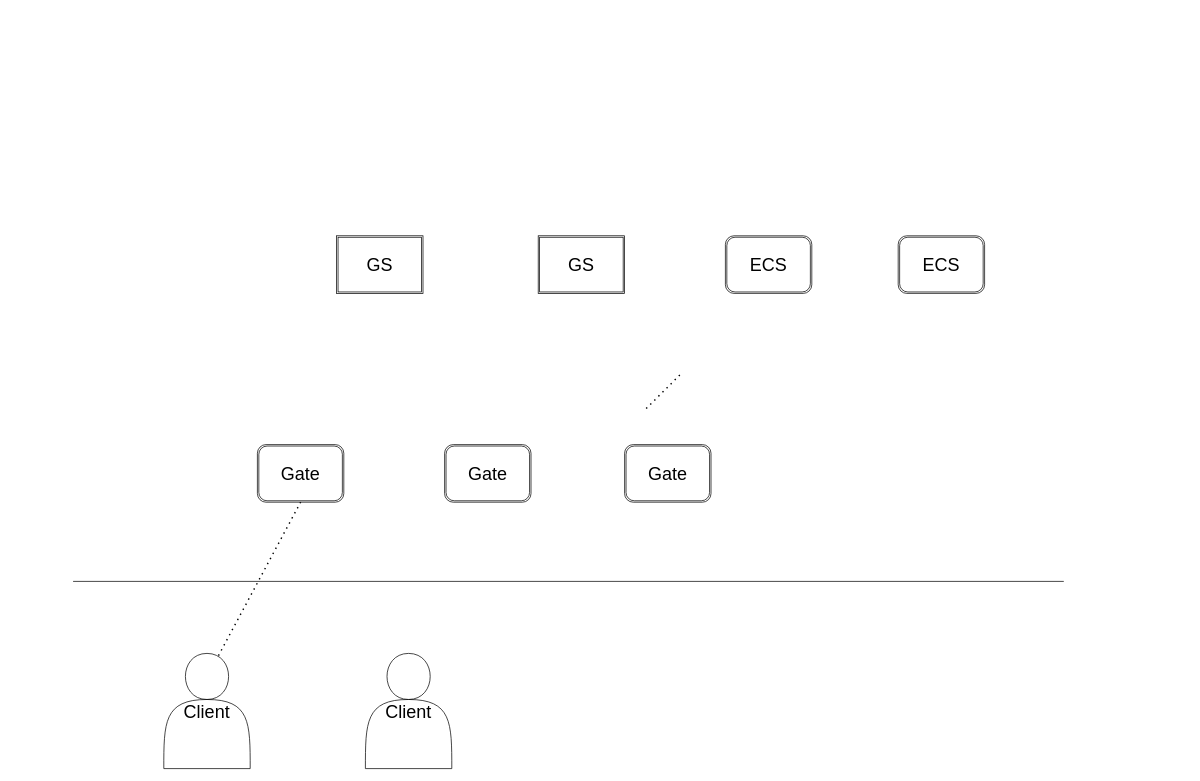
The draw.io diagram Doc/BaseFrame.drawio in a654889339/FingerGuessGame, before the edit. Source tidied: cells renumbered, new cells numbered last; positions are measured from the earlier drawing's top-left corner, leaving out a move shared by most shapes. Both pictures are drawn from the tidied source at 72%, with x=0, y=0 at pixel (73, 235).
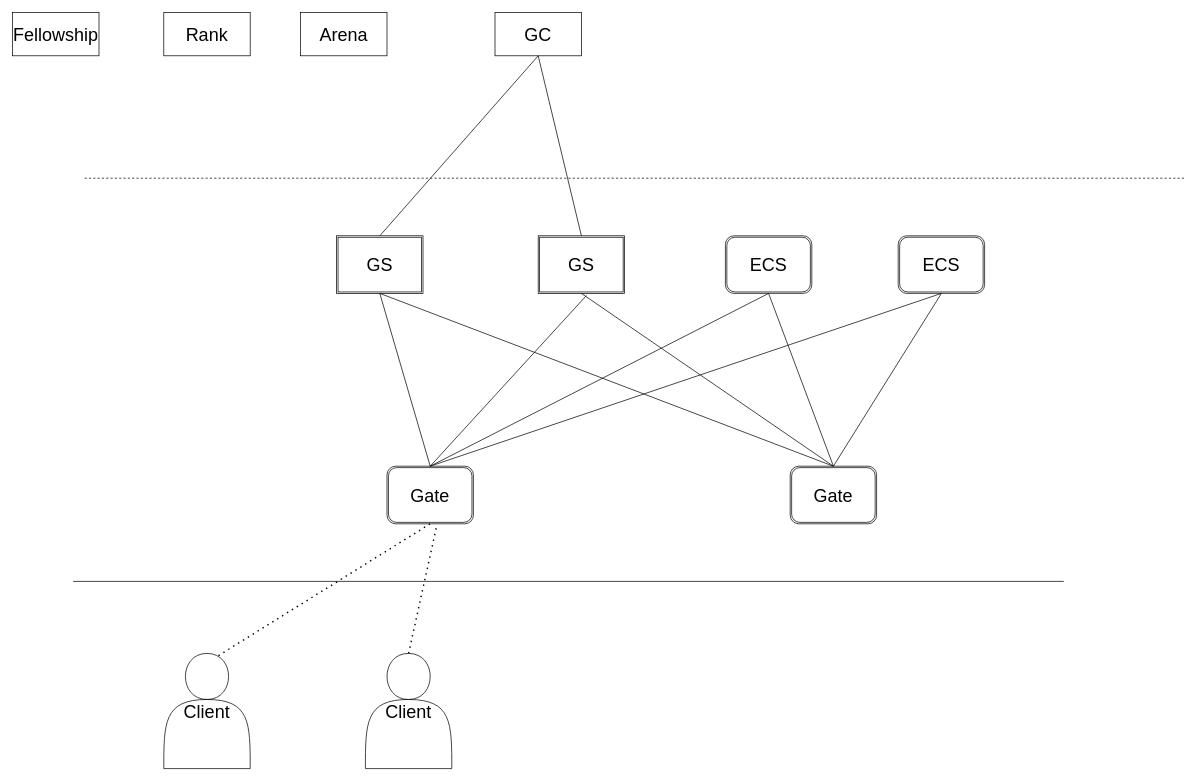
The same page after the edit.

The change refers to these unchanged cells:
```xml
<mxCell id="3" value="&lt;font style=&quot;font-size: 25px&quot;&gt;Client&lt;/font&gt;" style="shape=actor;whiteSpace=wrap;html=1;" parent="1" vertex="1">
  <mxGeometry x="126" y="580" width="120" height="160" as="geometry" />
</mxCell>
<mxCell id="4" value="&lt;font style=&quot;font-size: 25px&quot;&gt;Client&lt;/font&gt;" style="shape=actor;whiteSpace=wrap;html=1;" parent="1" vertex="1">
  <mxGeometry x="406" y="580" width="120" height="160" as="geometry" />
</mxCell>
<mxCell id="8" value="GS" style="shape=ext;double=1;rounded=0;whiteSpace=wrap;html=1;fontSize=25;" parent="1" vertex="1">
  <mxGeometry x="366" width="120" height="80" as="geometry" />
</mxCell>
<mxCell id="9" value="GS" style="shape=ext;double=1;rounded=0;whiteSpace=wrap;html=1;fontSize=25;" parent="1" vertex="1">
  <mxGeometry x="646" width="120" height="80" as="geometry" />
</mxCell>
<mxCell id="10" value="ECS" style="shape=ext;double=1;rounded=1;whiteSpace=wrap;html=1;fontSize=25;" parent="1" vertex="1">
  <mxGeometry x="906" width="120" height="80" as="geometry" />
</mxCell>
<mxCell id="11" value="ECS" style="shape=ext;double=1;rounded=1;whiteSpace=wrap;html=1;fontSize=25;" parent="1" vertex="1">
  <mxGeometry x="1146" width="120" height="80" as="geometry" />
</mxCell>
```

What changed in the source:
```diff
@@
     <mxCell id="5" value="Gate" style="shape=ext;double=1;rounded=1;whiteSpace=wrap;html=1;fontSize=25;" parent="1" vertex="1">
-      <mxGeometry x="256" y="290" width="120" height="80" as="geometry" />
+      <mxGeometry x="436" y="320" width="120" height="80" as="geometry" />
     </mxCell>
     <mxCell id="6" value="Gate" style="shape=ext;double=1;rounded=1;whiteSpace=wrap;html=1;fontSize=25;" parent="1" vertex="1">
-      <mxGeometry x="516" y="290" width="120" height="80" as="geometry" />
+      <mxGeometry x="996" y="320" width="120" height="80" as="geometry" />
     </mxCell>
-    <mxCell id="7" value="Gate" style="shape=ext;double=1;rounded=1;whiteSpace=wrap;html=1;fontSize=25;" parent="1" vertex="1">
-      <mxGeometry x="766" y="290" width="120" height="80" as="geometry" />
-    </mxCell>
@@
-    <mxCell id="12" style="endArrow=none;dashed=1;html=1;dashPattern=1 3;strokeWidth=2;rounded=0;fontSize=25;" parent="1" edge="1">
-      <mxGeometry relative="1" as="geometry">
-        <mxPoint x="796" y="240" as="sourcePoint" />
-        <mxPoint x="846" y="190" as="targetPoint" />
-      </mxGeometry>
+    <mxCell id="12" style="endArrow=none;dashed=1;html=1;dashPattern=1 3;strokeWidth=2;rounded=0;fontSize=25;exitX=0.5;exitY=0;exitDx=0;exitDy=0;entryX=0.575;entryY=1.038;entryDx=0;entryDy=0;entryPerimeter=0;" parent="1" edge="1" source="4" target="5">
+      <mxGeometry relative="1" as="geometry" />
     </mxCell>
-    <mxCell id="13" style="endArrow=none;dashed=1;html=1;dashPattern=1 3;strokeWidth=2;rounded=0;fontSize=25;exitX=0.633;exitY=0.019;exitDx=0;exitDy=0;exitPerimeter=0;" parent="1" edge="1" source="3">
-      <mxGeometry relative="1" as="geometry">
-        <mxPoint x="316" y="370" as="targetPoint" />
-      </mxGeometry>
+    <mxCell id="13" style="endArrow=none;dashed=1;html=1;dashPattern=1 3;strokeWidth=2;rounded=0;fontSize=25;exitX=0.633;exitY=0.019;exitDx=0;exitDy=0;exitPerimeter=0;entryX=0.5;entryY=1;entryDx=0;entryDy=0;" parent="1" edge="1" source="3" target="5">
+      <mxGeometry relative="1" as="geometry" />
     </mxCell>
+    <mxCell id="14" style="endArrow=none;html=1;rounded=0;fontSize=25;entryX=0.5;entryY=1;entryDx=0;entryDy=0;exitX=0.5;exitY=0;exitDx=0;exitDy=0;" parent="1" edge="1" source="5" target="8">
+      <mxGeometry relative="1" as="geometry" />
+    </mxCell>
+    <mxCell id="15" style="endArrow=none;html=1;rounded=0;fontSize=25;entryX=0.5;entryY=1;entryDx=0;entryDy=0;exitX=0.5;exitY=0;exitDx=0;exitDy=0;" parent="1" edge="1" source="6" target="8">
+      <mxGeometry relative="1" as="geometry" />
+    </mxCell>
+    <mxCell id="16" style="endArrow=none;html=1;rounded=0;fontSize=25;entryX=0.558;entryY=1.038;entryDx=0;entryDy=0;entryPerimeter=0;exitX=0.5;exitY=0;exitDx=0;exitDy=0;" parent="1" edge="1" source="5" target="9">
+      <mxGeometry relative="1" as="geometry" />
+    </mxCell>
+    <mxCell id="17" style="endArrow=none;html=1;rounded=0;fontSize=25;entryX=0.5;entryY=1;entryDx=0;entryDy=0;exitX=0.5;exitY=0;exitDx=0;exitDy=0;" parent="1" edge="1" source="6" target="9">
+      <mxGeometry relative="1" as="geometry" />
+    </mxCell>
+    <mxCell id="18" style="endArrow=none;html=1;rounded=0;fontSize=25;exitX=0.5;exitY=0;exitDx=0;exitDy=0;entryX=0.5;entryY=1;entryDx=0;entryDy=0;" parent="1" edge="1" source="5" target="10">
+      <mxGeometry relative="1" as="geometry" />
+    </mxCell>
+    <mxCell id="19" style="endArrow=none;html=1;rounded=0;fontSize=25;exitX=0.5;exitY=0;exitDx=0;exitDy=0;entryX=0.5;entryY=1;entryDx=0;entryDy=0;" parent="1" edge="1" source="5" target="11">
+      <mxGeometry relative="1" as="geometry" />
+    </mxCell>
+    <mxCell id="20" style="endArrow=none;html=1;rounded=0;fontSize=25;exitX=0.5;exitY=0;exitDx=0;exitDy=0;" parent="1" edge="1" source="6">
+      <mxGeometry relative="1" as="geometry">
+        <mxPoint x="966" y="80" as="targetPoint" />
+      </mxGeometry>
+    </mxCell>
+    <mxCell id="21" style="endArrow=none;html=1;rounded=0;fontSize=25;entryX=0.5;entryY=1;entryDx=0;entryDy=0;exitX=0.5;exitY=0;exitDx=0;exitDy=0;" parent="1" edge="1" source="6" target="11">
+      <mxGeometry relative="1" as="geometry" />
+    </mxCell>
+    <mxCell id="22" value="GC" style="rounded=0;whiteSpace=wrap;html=1;fontSize=25;" parent="1" vertex="1">
+      <mxGeometry x="586" y="-310" width="120" height="60" as="geometry" />
+    </mxCell>
+    <mxCell id="23" style="endArrow=none;html=1;rounded=0;fontSize=25;entryX=0.5;entryY=1;entryDx=0;entryDy=0;exitX=0.5;exitY=0;exitDx=0;exitDy=0;" parent="1" edge="1" source="9" target="22">
+      <mxGeometry relative="1" as="geometry" />
+    </mxCell>
+    <mxCell id="24" style="endArrow=none;html=1;rounded=0;fontSize=25;entryX=0.5;entryY=1;entryDx=0;entryDy=0;exitX=0.5;exitY=0;exitDx=0;exitDy=0;" parent="1" edge="1" source="8" target="22">
+      <mxGeometry relative="1" as="geometry" />
+    </mxCell>
+    <mxCell id="25" style="endArrow=none;dashed=1;html=1;rounded=0;fontSize=25;" parent="1" edge="1">
+      <mxGeometry relative="1" as="geometry">
+        <mxPoint x="16" y="-80" as="sourcePoint" />
+        <mxPoint x="1546" y="-80" as="targetPoint" />
+      </mxGeometry>
+    </mxCell>
+    <mxCell id="26" value="Arena" style="rounded=0;whiteSpace=wrap;html=1;fontSize=25;" parent="1" vertex="1">
+      <mxGeometry x="316" y="-310" width="120" height="60" as="geometry" />
+    </mxCell>
+    <mxCell id="27" value="Fellowship" style="rounded=0;whiteSpace=wrap;html=1;fontSize=25;" parent="1" vertex="1">
+      <mxGeometry x="-84" y="-310" width="120" height="60" as="geometry" />
+    </mxCell>
+    <mxCell id="28" value="Rank" style="rounded=0;whiteSpace=wrap;html=1;fontSize=25;" parent="1" vertex="1">
+      <mxGeometry x="126" y="-310" width="120" height="60" as="geometry" />
+    </mxCell>
```
